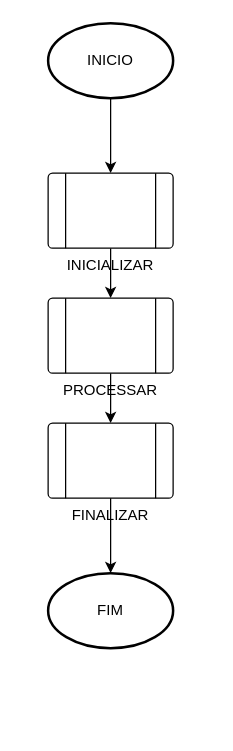
Earlier version of the draw.io diagram page "INICIO" (1 of 4) of Diagrama sem nome.drawio (alberes-silva/CodigoBase). Source tidied: cells renumbered, new cells numbered last; positions are measured from the earlier drawing's top-left corner, leaving out a move shared by most shapes. Both pictures are drawn from the tidied source at 125%, with x=0, y=0 at pixel (48, 22).
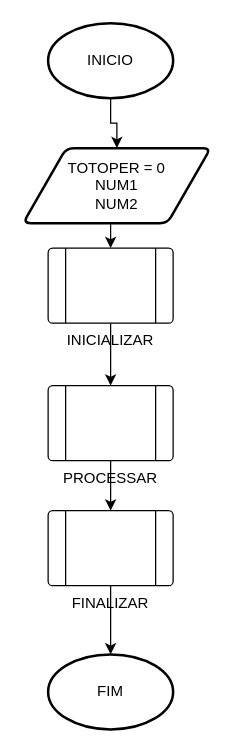
After the change.

Change to the diagram source:
```diff
@@
 <mxGraphModel>
   <root>
     <mxCell id="0" />
     <mxCell id="1" parent="0" />
-    <mxCell id="2" style="edgeStyle=orthogonalEdgeStyle;rounded=0;jettySize=auto;html=1;exitX=0.5;exitY=1;exitDx=0;exitDy=0;exitPerimeter=0;entryX=0.5;entryY=0;entryDx=0;entryDy=0;" parent="1" edge="1" source="3" target="6">
-      <mxGeometry relative="1" as="geometry" />
-    </mxCell>
+    <mxCell id="11" style="edgeStyle=orthogonalEdgeStyle;rounded=0;jettySize=auto;html=1;exitX=0.5;exitY=1;exitDx=0;exitDy=0;exitPerimeter=0;entryX=0.5;entryY=0;entryDx=0;entryDy=0;" parent="1" edge="1" source="3" target="13">
+      <mxGeometry relative="1" as="geometry" />
+    </mxCell>
     <mxCell id="3" value="INICIO" style="strokeWidth=2;html=1;shape=mxgraph.flowchart.start_1;whiteSpace=wrap;" parent="1" vertex="1">
       <mxGeometry width="100" height="60" as="geometry" />
     </mxCell>
     <mxCell id="4" value="FIM" style="strokeWidth=2;html=1;shape=mxgraph.flowchart.start_1;whiteSpace=wrap;" parent="1" vertex="1">
-      <mxGeometry y="440" width="100" height="60" as="geometry" />
+      <mxGeometry y="505" width="100" height="60" as="geometry" />
     </mxCell>
     <mxCell id="5" style="edgeStyle=orthogonalEdgeStyle;rounded=0;jettySize=auto;html=1;exitX=0.5;exitY=1;exitDx=0;exitDy=0;entryX=0.5;entryY=0;entryDx=0;entryDy=0;" parent="1" edge="1" source="6" target="8">
       <mxGeometry relative="1" as="geometry" />
     </mxCell>
     <mxCell id="6" value="INICIALIZAR" style="verticalLabelPosition=bottom;verticalAlign=top;html=1;shape=process;whiteSpace=wrap;rounded=1;size=0.14;arcSize=6;" parent="1" vertex="1">
-      <mxGeometry y="120" width="100" height="60" as="geometry" />
+      <mxGeometry y="180" width="100" height="60" as="geometry" />
     </mxCell>
     <mxCell id="7" style="edgeStyle=orthogonalEdgeStyle;rounded=0;jettySize=auto;html=1;exitX=0.5;exitY=1;exitDx=0;exitDy=0;entryX=0.5;entryY=0;entryDx=0;entryDy=0;" parent="1" edge="1" source="8" target="9">
       <mxGeometry relative="1" as="geometry" />
     </mxCell>
     <mxCell id="8" value="PROCESSAR" style="verticalLabelPosition=bottom;verticalAlign=top;html=1;shape=process;whiteSpace=wrap;rounded=1;size=0.14;arcSize=6;" parent="1" vertex="1">
-      <mxGeometry y="220" width="100" height="60" as="geometry" />
+      <mxGeometry y="290" width="100" height="60" as="geometry" />
     </mxCell>
     <mxCell id="9" value="FINALIZAR" style="verticalLabelPosition=bottom;verticalAlign=top;html=1;shape=process;whiteSpace=wrap;rounded=1;size=0.14;arcSize=6;" parent="1" vertex="1">
-      <mxGeometry y="320" width="100" height="60" as="geometry" />
+      <mxGeometry y="390" width="100" height="60" as="geometry" />
     </mxCell>
     <mxCell id="10" style="edgeStyle=orthogonalEdgeStyle;rounded=0;jettySize=auto;html=1;exitX=0.5;exitY=1;exitDx=0;exitDy=0;entryX=0.5;entryY=0;entryDx=0;entryDy=0;entryPerimeter=0;" parent="1" edge="1" source="9" target="4">
       <mxGeometry relative="1" as="geometry" />
     </mxCell>
+    <mxCell id="12" style="edgeStyle=orthogonalEdgeStyle;rounded=0;jettySize=auto;html=1;exitX=0.5;exitY=1;exitDx=0;exitDy=0;entryX=0.5;entryY=0;entryDx=0;entryDy=0;" parent="1" edge="1" source="13" target="6">
+      <mxGeometry relative="1" as="geometry" />
+    </mxCell>
+    <mxCell id="13" value="TOTOPER = 0&lt;div&gt;NUM1&lt;/div&gt;&lt;div&gt;NUM2&lt;/div&gt;" style="shape=parallelogram;html=1;strokeWidth=2;perimeter=parallelogramPerimeter;whiteSpace=wrap;rounded=1;arcSize=12;size=0.23;" parent="1" vertex="1">
+      <mxGeometry x="-20" y="100" width="150" height="60" as="geometry" />
+    </mxCell>
   </root>
 </mxGraphModel>
```
